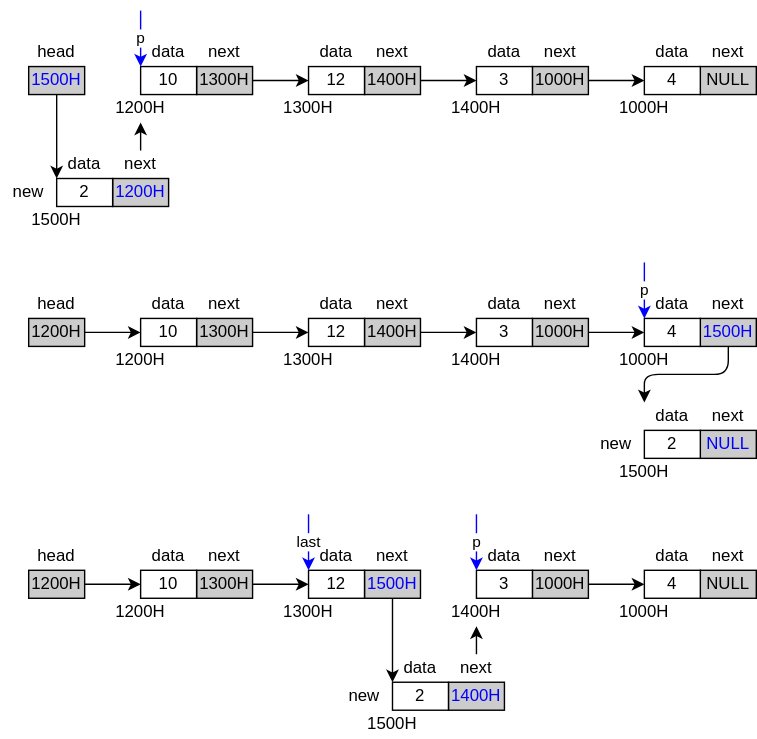
Above: images/c-struct-list-8.svg in cs-course/marp-public (draw.io), before the change. Source tidied: cells renumbered, new cells last; positions are measured from the earlier drawing's top-left corner, leaving out a move shared by most shapes.
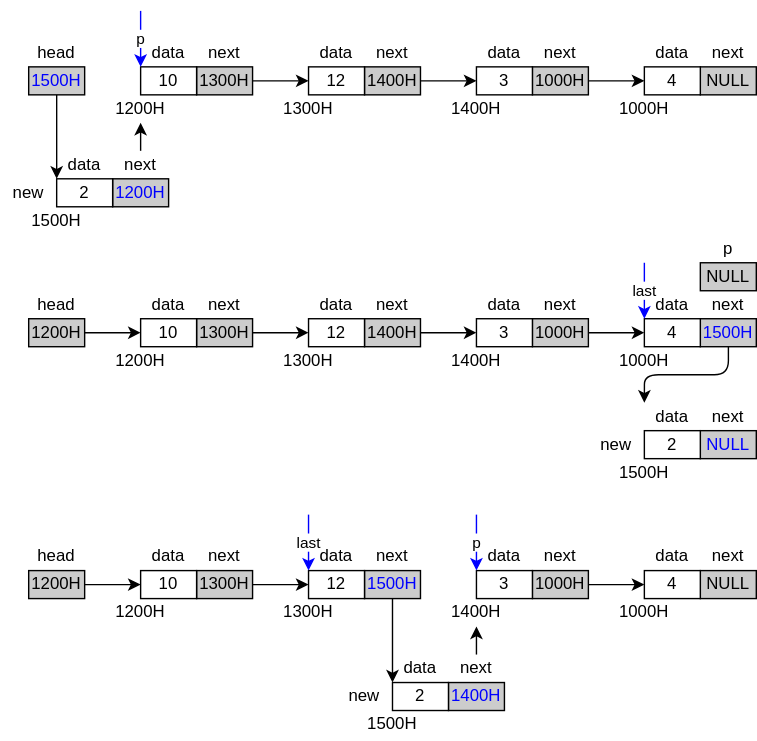
Above is the later version.

The edit, as a diff of the source:
```diff
@@ -293,7 +293,7 @@
     <mxCell id="96" value="new" style="text;html=1;strokeColor=none;fillColor=none;align=center;verticalAlign=middle;whiteSpace=wrap;rounded=0;" parent="1" vertex="1">
       <mxGeometry x="420" y="300" width="40" height="20" as="geometry" />
     </mxCell>
-    <mxCell id="97" value="p" style="endArrow=classic;html=1;strokeColor=#0000FF;entryX=0;entryY=1;entryDx=0;entryDy=0;" parent="1" edge="1" target="86">
+    <mxCell id="97" value="last" style="endArrow=classic;html=1;strokeColor=#0000FF;entryX=0;entryY=1;entryDx=0;entryDy=0;" parent="1" edge="1" target="86">
       <mxGeometry relative="1" as="geometry">
         <mxPoint x="460" y="180" as="sourcePoint" />
       </mxGeometry>
@@ -319,5 +319,11 @@
     <mxCell id="104" value="1200H" style="rounded=0;whiteSpace=wrap;html=1;fillColor=#CCCCCC;" parent="1" vertex="1">
       <mxGeometry x="20" y="220" width="40" height="20" as="geometry" />
     </mxCell>
+    <mxCell id="105" value="NULL" style="rounded=0;whiteSpace=wrap;html=1;fillColor=#CCCCCC;" parent="1" vertex="1">
+      <mxGeometry x="500" y="180" width="40" height="20" as="geometry" />
+    </mxCell>
+    <mxCell id="106" value="p" style="text;html=1;strokeColor=none;fillColor=none;align=center;verticalAlign=middle;whiteSpace=wrap;rounded=0;" parent="1" vertex="1">
+      <mxGeometry x="500" y="160" width="40" height="20" as="geometry" />
+    </mxCell>
   </root>
 </mxGraphModel>
```
